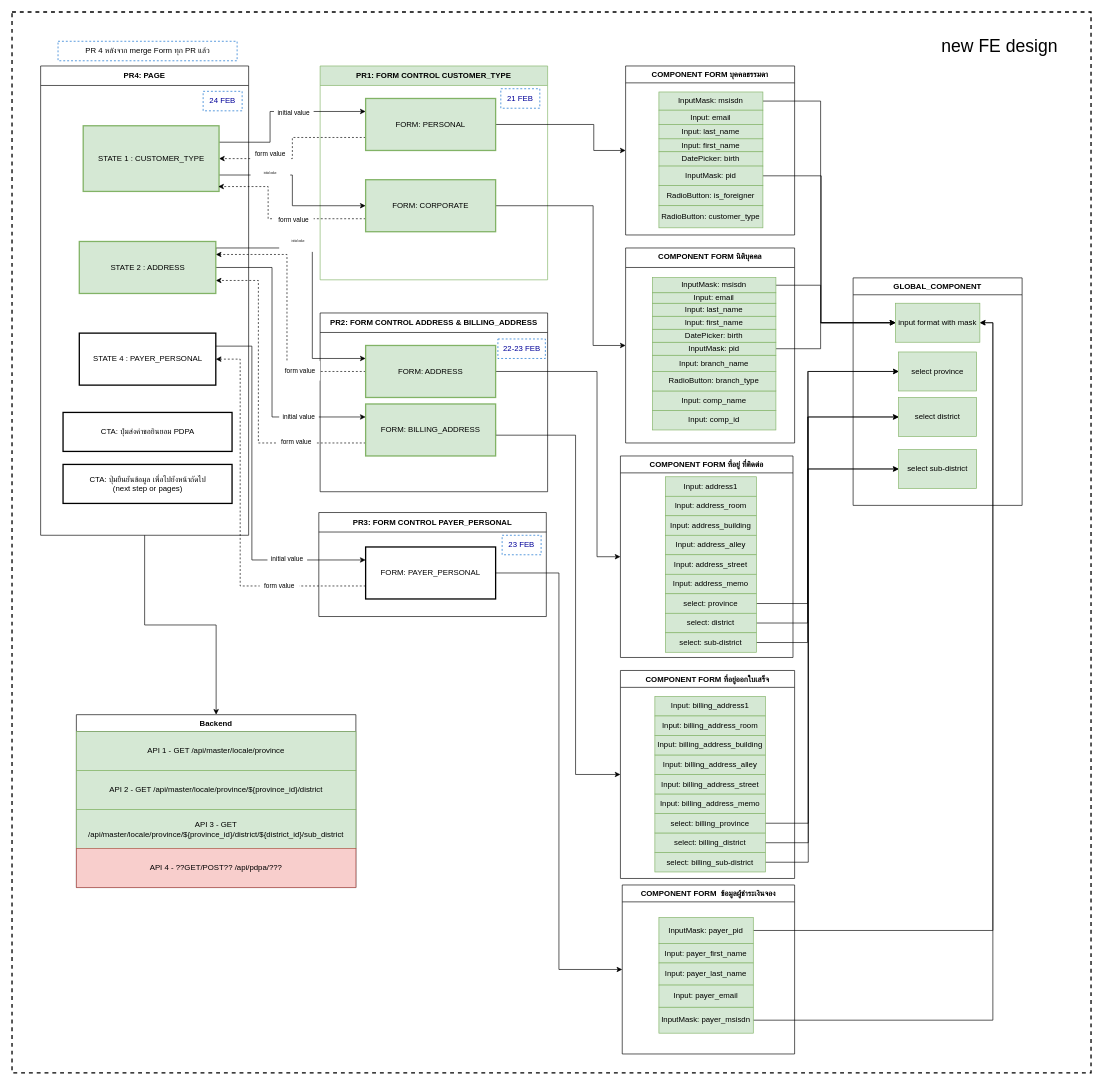
Above: booking_customer-diagram_13-18-FEB.drawio in peapong/draw.io-diagrams (draw.io), before the change. Source tidied: cells renumbered, new cells numbered last; positions are measured from the earlier drawing's top-left corner, leaving out a move shared by most shapes. Both pictures are drawn from the tidied source at 65%, with x=0, y=0 at pixel (12, 12).
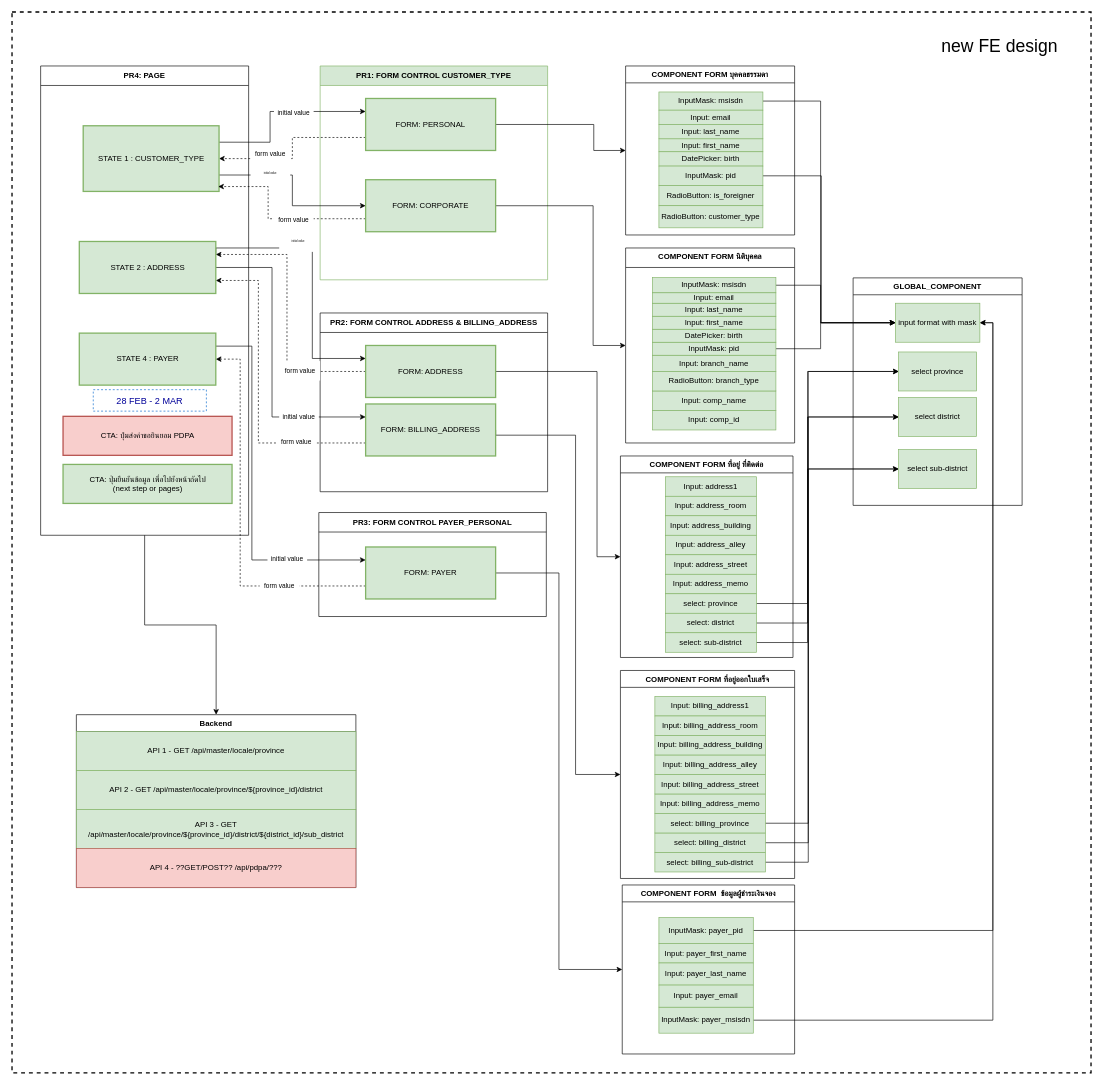
The same diagram, later.

Change to the diagram source:
```diff
@@
-    <mxCell id="26" value="FORM:&amp;nbsp;&lt;span style=&quot;border-color: var(--border-color);&quot;&gt;PAYER_PERSONAL&lt;/span&gt;" style="rounded=0;whiteSpace=wrap;html=1;fillColor=default;strokeWidth=2;" parent="1" vertex="1">
+    <mxCell id="26" value="FORM:&amp;nbsp;&lt;span style=&quot;border-color: var(--border-color);&quot;&gt;PAYER&lt;/span&gt;" style="rounded=0;whiteSpace=wrap;html=1;fillColor=#d5e8d4;strokeWidth=2;strokeColor=#82b366;" parent="1" vertex="1">
       <mxGeometry x="544" y="823" width="200" height="80" as="geometry" />
     </mxCell>
@@
-    <mxCell id="31" value="STATE 4 :&amp;nbsp;&lt;span style=&quot;border-color: var(--border-color);&quot;&gt;PAYER_PERSONAL&lt;/span&gt;" style="rounded=0;whiteSpace=wrap;html=1;fillColor=default;strokeWidth=2;" parent="1" vertex="1">
+    <mxCell id="31" value="STATE 4 :&amp;nbsp;&lt;span style=&quot;border-color: var(--border-color);&quot;&gt;PAYER&lt;/span&gt;" style="rounded=0;whiteSpace=wrap;html=1;fillColor=#d5e8d4;strokeWidth=2;strokeColor=#82b366;" parent="1" vertex="1">
       <mxGeometry x="103.5" y="494" width="210" height="80" as="geometry" />
     </mxCell>
@@
-    <mxCell id="96" value="CTA: ปุ่มส่งคำขอยินยอม PDPA" style="rounded=0;whiteSpace=wrap;html=1;strokeWidth=2;" parent="1" vertex="1">
-      <mxGeometry x="78.5" y="616" width="260" height="60" as="geometry" />
+    <mxCell id="96" value="CTA: ปุ่มส่งคำขอยินยอม PDPA" style="rounded=0;whiteSpace=wrap;html=1;strokeWidth=2;fillColor=#f8cecc;strokeColor=#b85450;" parent="1" vertex="1">
+      <mxGeometry x="78.5" y="622" width="260" height="60" as="geometry" />
     </mxCell>
-    <mxCell id="97" value="CTA: ปุ่มยืนยันข้อมูล เพื่อไปยังหน้าถัดไป&lt;br&gt;(next step or pages)" style="rounded=0;whiteSpace=wrap;html=1;strokeWidth=2;" parent="1" vertex="1">
+    <mxCell id="97" value="CTA: ปุ่มยืนยันข้อมูล เพื่อไปยังหน้าถัดไป&lt;br&gt;(next step or pages)" style="rounded=0;whiteSpace=wrap;html=1;strokeWidth=2;fillColor=#d5e8d4;strokeColor=#82b366;" parent="1" vertex="1">
       <mxGeometry x="78.5" y="696" width="260" height="60" as="geometry" />
     </mxCell>
@@
-    <mxCell id="113" value="PR 4 หลังจาก merge Form ทุก PR แล้ว" style="text;html=1;align=center;verticalAlign=middle;whiteSpace=wrap;rounded=0;dashed=1;strokeColor=#0066CC;" parent="1" vertex="1">
-      <mxGeometry x="70.8" y="45" width="275.5" height="30" as="geometry" />
-    </mxCell>
-    <mxCell id="114" value="&lt;font color=&quot;#000099&quot;&gt;21 FEB&lt;/font&gt;" style="text;html=1;align=center;verticalAlign=middle;whiteSpace=wrap;rounded=0;dashed=1;strokeColor=#0066CC;" parent="1" vertex="1">
-      <mxGeometry x="752" y="118" width="60" height="30" as="geometry" />
-    </mxCell>
-    <mxCell id="115" value="&lt;font color=&quot;#000099&quot;&gt;22-23 FEB&lt;/font&gt;" style="text;html=1;align=center;verticalAlign=middle;whiteSpace=wrap;rounded=0;dashed=1;strokeColor=#0066CC;" parent="1" vertex="1">
-      <mxGeometry x="747.5" y="503" width="73" height="30" as="geometry" />
-    </mxCell>
-    <mxCell id="116" value="&lt;font color=&quot;#000099&quot;&gt;23 FEB&lt;/font&gt;" style="text;html=1;align=center;verticalAlign=middle;whiteSpace=wrap;rounded=0;dashed=1;strokeColor=#0066CC;" parent="1" vertex="1">
-      <mxGeometry x="754" y="805" width="60" height="30" as="geometry" />
+    <mxCell id="116" value="&lt;font style=&quot;font-size: 14px;&quot; color=&quot;#000099&quot;&gt;28 FEB - 2 MAR&lt;/font&gt;" style="text;html=1;align=center;verticalAlign=middle;whiteSpace=wrap;rounded=0;dashed=1;strokeColor=#0066CC;" parent="1" vertex="1">
+      <mxGeometry x="125" y="581" width="174" height="33" as="geometry" />
     </mxCell>
-    <mxCell id="117" value="&lt;font color=&quot;#000099&quot;&gt;24 FEB&lt;/font&gt;" style="text;html=1;align=center;verticalAlign=middle;whiteSpace=wrap;rounded=0;dashed=1;strokeColor=#0066CC;" parent="1" vertex="1">
-      <mxGeometry x="294" y="122" width="60" height="30" as="geometry" />
-    </mxCell>
```
